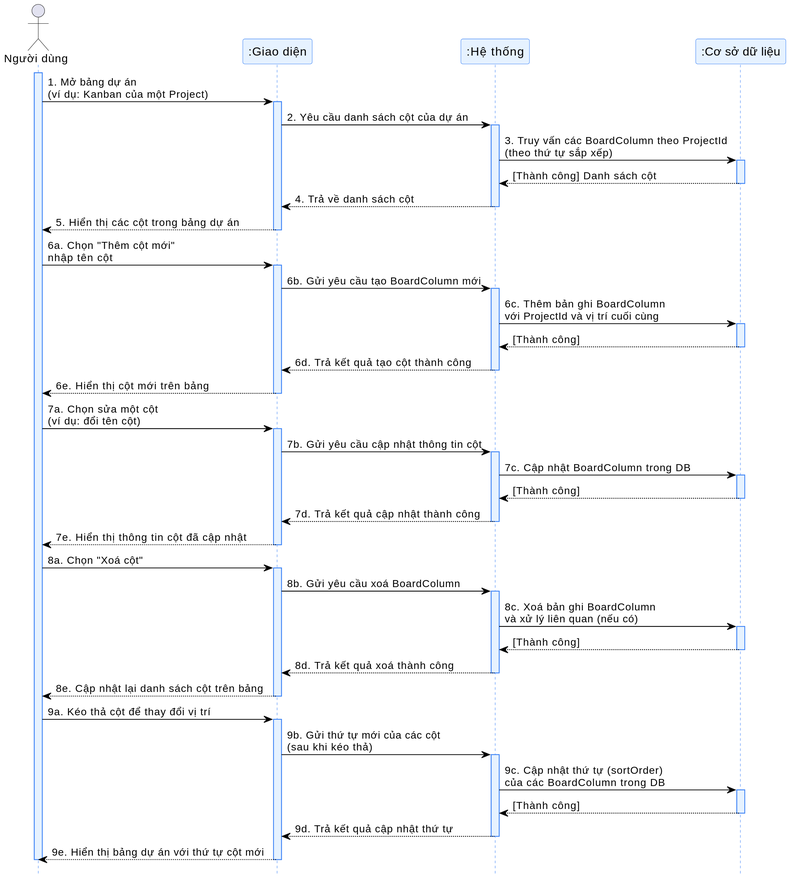
Earlier version of the PlantUML export bao-cao/sprint_5/tuantu.svg (tuanxx31/QLDA).
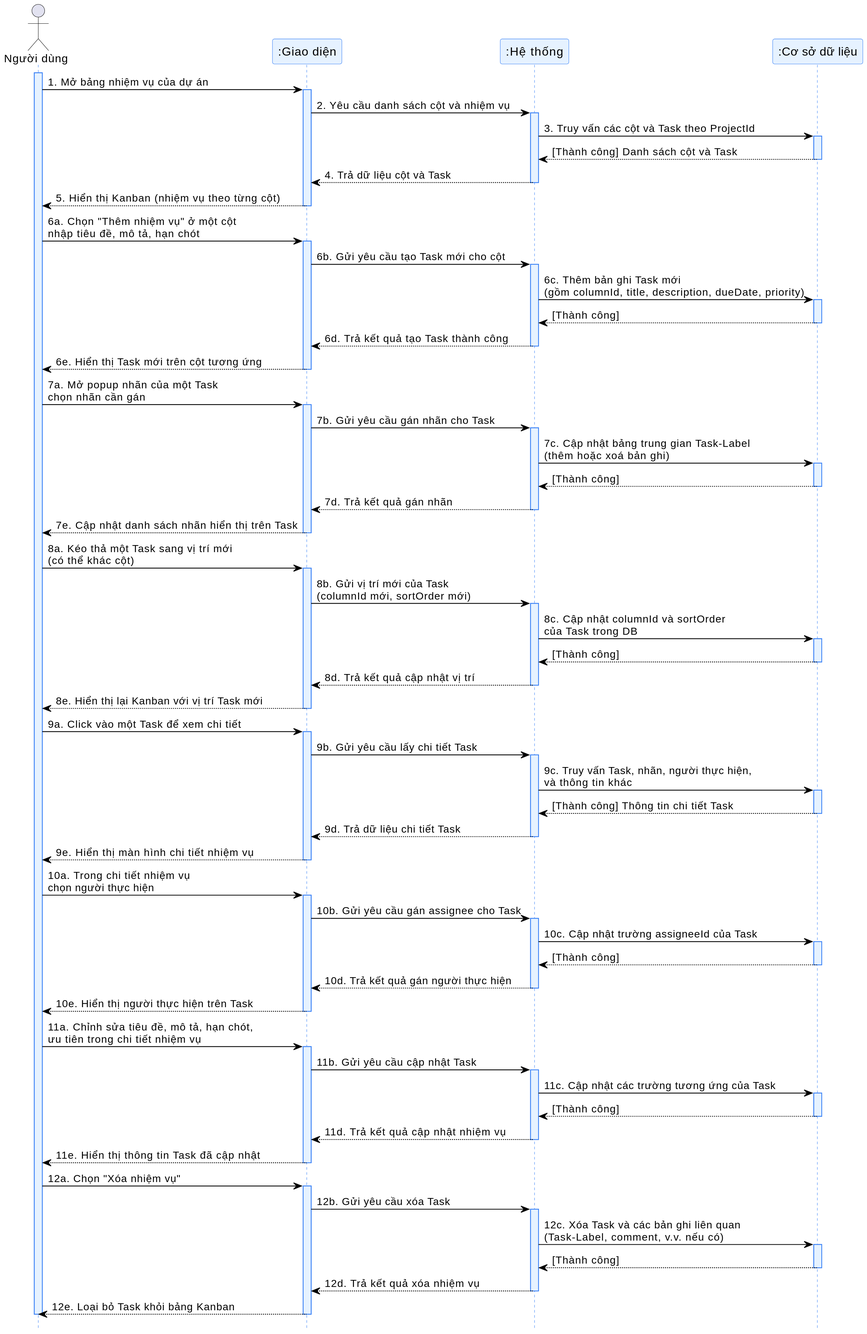
Above is the later version.

Diff of the diagram source:
```diff
@@ -19,69 +19,108 @@
 
 activate User
 
-User -> UI: 1. Mở bảng dự án\n(ví dụ: Kanban của một Project)
+User -> UI: 1. Mở bảng nhiệm vụ của dự án
 activate UI
-UI -> System: 2. Yêu cầu danh sách cột của dự án
+UI -> System: 2. Yêu cầu danh sách cột và nhiệm vụ
 activate System
-System -> DB: 3. Truy vấn các BoardColumn theo ProjectId\n(theo thứ tự sắp xếp)
+System -> DB: 3. Truy vấn các cột và Task theo ProjectId
 activate DB
-DB --> System: [Thành công] Danh sách cột
+DB --> System: [Thành công] Danh sách cột và Task
 deactivate DB
-System --> UI: 4. Trả về danh sách cột
+System --> UI: 4. Trả dữ liệu cột và Task
 deactivate System
-UI --> User: 5. Hiển thị các cột trong bảng dự án
+UI --> User: 5. Hiển thị Kanban (nhiệm vụ theo từng cột)
 deactivate UI
 
-User -> UI: 6a. Chọn "Thêm cột mới"\nnhập tên cột
+User -> UI: 6a. Chọn "Thêm nhiệm vụ" ở một cột\nnhập tiêu đề, mô tả, hạn chót
 activate UI
-UI -> System: 6b. Gửi yêu cầu tạo BoardColumn mới
+UI -> System: 6b. Gửi yêu cầu tạo Task mới cho cột
 activate System
-System -> DB: 6c. Thêm bản ghi BoardColumn\nvới ProjectId và vị trí cuối cùng
+System -> DB: 6c. Thêm bản ghi Task mới\n(gồm columnId, title, description, dueDate, priority)
 activate DB
 DB --> System: [Thành công]
 deactivate DB
-System --> UI: 6d. Trả kết quả tạo cột thành công
+System --> UI: 6d. Trả kết quả tạo Task thành công
 deactivate System
-UI --> User: 6e. Hiển thị cột mới trên bảng
+UI --> User: 6e. Hiển thị Task mới trên cột tương ứng
 deactivate UI
 
-User -> UI: 7a. Chọn sửa một cột\n(ví dụ: đổi tên cột)
+User -> UI: 7a. Mở popup nhãn của một Task\nchọn nhãn cần gán
 activate UI
-UI -> System: 7b. Gửi yêu cầu cập nhật thông tin cột
+UI -> System: 7b. Gửi yêu cầu gán nhãn cho Task
 activate System
-System -> DB: 7c. Cập nhật BoardColumn trong DB
+System -> DB: 7c. Cập nhật bảng trung gian Task-Label\n(thêm hoặc xoá bản ghi)
 activate DB
 DB --> System: [Thành công]
 deactivate DB
-System --> UI: 7d. Trả kết quả cập nhật thành công
+System --> UI: 7d. Trả kết quả gán nhãn
 deactivate System
-UI --> User: 7e. Hiển thị thông tin cột đã cập nhật
+UI --> User: 7e. Cập nhật danh sách nhãn hiển thị trên Task
 deactivate UI
 
-User -> UI: 8a. Chọn "Xoá cột"
+User -> UI: 8a. Kéo thả một Task sang vị trí mới\n(có thể khác cột)
 activate UI
-UI -> System: 8b. Gửi yêu cầu xoá BoardColumn
+UI -> System: 8b. Gửi vị trí mới của Task\n(columnId mới, sortOrder mới)
 activate System
-System -> DB: 8c. Xoá bản ghi BoardColumn\nvà xử lý liên quan (nếu có)
+System -> DB: 8c. Cập nhật columnId và sortOrder\ncủa Task trong DB
 activate DB
 DB --> System: [Thành công]
 deactivate DB
-System --> UI: 8d. Trả kết quả xoá thành công
+System --> UI: 8d. Trả kết quả cập nhật vị trí
 deactivate System
-UI --> User: 8e. Cập nhật lại danh sách cột trên bảng
+UI --> User: 8e. Hiển thị lại Kanban với vị trí Task mới
 deactivate UI
 
-User -> UI: 9a. Kéo thả cột để thay đổi vị trí
+User -> UI: 9a. Click vào một Task để xem chi tiết
 activate UI
-UI -> System: 9b. Gửi thứ tự mới của các cột\n(sau khi kéo thả)
+UI -> System: 9b. Gửi yêu cầu lấy chi tiết Task
 activate System
-System -> DB: 9c. Cập nhật thứ tự (sortOrder)\ncủa các BoardColumn trong DB
+System -> DB: 9c. Truy vấn Task, nhãn, người thực hiện,\nvà thông tin khác
+activate DB
+DB --> System: [Thành công] Thông tin chi tiết Task
+deactivate DB
+System --> UI: 9d. Trả dữ liệu chi tiết Task
+deactivate System
+UI --> User: 9e. Hiển thị màn hình chi tiết nhiệm vụ
+deactivate UI
+
+User -> UI: 10a. Trong chi tiết nhiệm vụ\nchọn người thực hiện
+activate UI
+UI -> System: 10b. Gửi yêu cầu gán assignee cho Task
+activate System
+System -> DB: 10c. Cập nhật trường assigneeId của Task
 activate DB
 DB --> System: [Thành công]
 deactivate DB
-System --> UI: 9d. Trả kết quả cập nhật thứ tự
+System --> UI: 10d. Trả kết quả gán người thực hiện
 deactivate System
-UI --> User: 9e. Hiển thị bảng dự án với thứ tự cột mới
+UI --> User: 10e. Hiển thị người thực hiện trên Task
+deactivate UI
+
+User -> UI: 11a. Chỉnh sửa tiêu đề, mô tả, hạn chót,\nưu tiên trong chi tiết nhiệm vụ
+activate UI
+UI -> System: 11b. Gửi yêu cầu cập nhật Task
+activate System
+System -> DB: 11c. Cập nhật các trường tương ứng của Task
+activate DB
+DB --> System: [Thành công]
+deactivate DB
+System --> UI: 11d. Trả kết quả cập nhật nhiệm vụ
+deactivate System
+UI --> User: 11e. Hiển thị thông tin Task đã cập nhật
+deactivate UI
+
+User -> UI: 12a. Chọn "Xóa nhiệm vụ"
+activate UI
+UI -> System: 12b. Gửi yêu cầu xóa Task
+activate System
+System -> DB: 12c. Xóa Task và các bản ghi liên quan\n(Task-Label, comment, v.v. nếu có)
+activate DB
+DB --> System: [Thành công]
+deactivate DB
+System --> UI: 12d. Trả kết quả xóa nhiệm vụ
+deactivate System
+UI --> User: 12e. Loại bỏ Task khỏi bảng Kanban
 deactivate UI
 
 deactivate User
```
